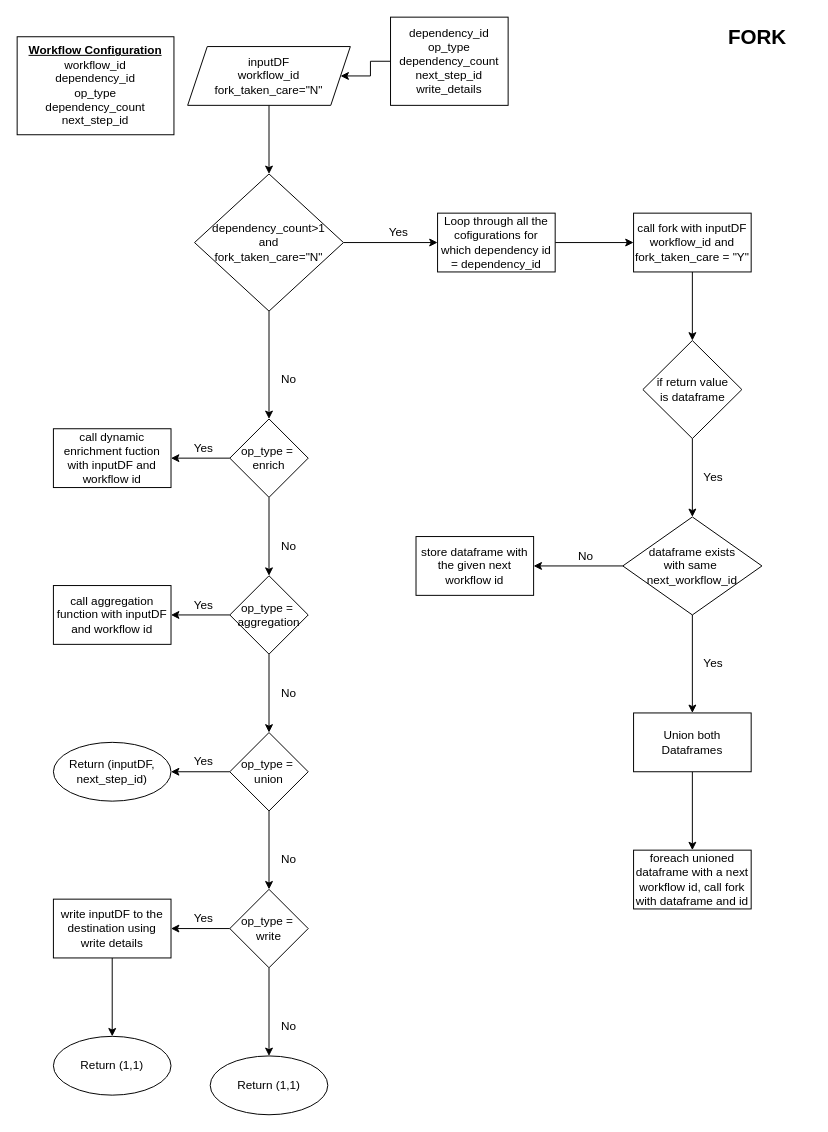
Before: page "fork" (2 of 2) of workflow.drawio in praneethsai83/GenericProcessing, a draw.io diagram. Source tidied: cells renumbered, new cells numbered last; positions are measured from the earlier drawing's top-left corner, leaving out a move shared by most shapes. Both pictures are drawn from the tidied source at 98%, with x=0, y=0 at pixel (17, 17).
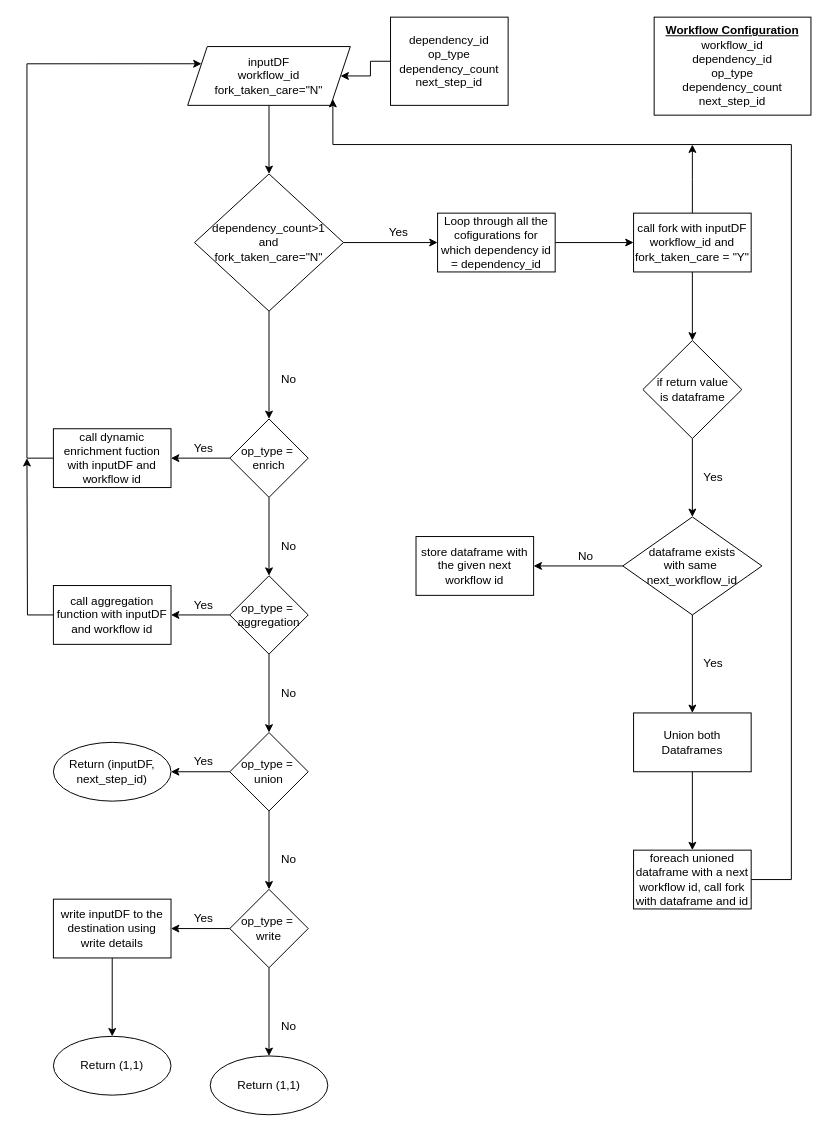
Above is the later version.

Unchanged cells that the change refers to:
```xml
<mxCell id="3" value="inputDF&lt;br&gt;workflow_id&lt;br&gt;fork_taken_care=&quot;N&quot;" style="shape=parallelogram;perimeter=parallelogramPerimeter;whiteSpace=wrap;html=1;fixedSize=1;" parent="1" vertex="1">
  <mxGeometry x="174" y="30" width="166" height="60" as="geometry" />
</mxCell>
<mxCell id="12" value="call fork with inputDF&lt;br&gt;workflow_id and&lt;br&gt;fork_taken_care = &quot;Y&quot;" style="whiteSpace=wrap;html=1;" parent="1" vertex="1">
  <mxGeometry x="629" y="200" width="120" height="60" as="geometry" />
</mxCell>
<mxCell id="29" value="foreach unioned dataframe with a next workflow id, call fork with dataframe and id" style="whiteSpace=wrap;html=1;" parent="1" vertex="1">
  <mxGeometry x="629" y="850" width="120" height="60" as="geometry" />
</mxCell>
<mxCell id="30" value="call dynamic enrichment fuction with inputDF and workflow id" style="whiteSpace=wrap;html=1;" parent="1" vertex="1">
  <mxGeometry x="37" y="420" width="120" height="60" as="geometry" />
</mxCell>
<mxCell id="34" value="call aggregation function with inputDF and workflow id" style="whiteSpace=wrap;html=1;" parent="1" vertex="1">
  <mxGeometry x="37" y="580" width="120" height="60" as="geometry" />
</mxCell>
```

What changed in the source:
```diff
@@
-    <mxCell id="10" value="dependency_id&lt;br&gt;op_type&lt;br&gt;dependency_count&lt;br&gt;next_step_id&lt;br&gt;write_details" style="whiteSpace=wrap;html=1;" parent="1" vertex="1">
+    <mxCell id="10" value="dependency_id&lt;br&gt;op_type&lt;br&gt;dependency_count&lt;br&gt;next_step_id" style="whiteSpace=wrap;html=1;" parent="1" vertex="1">
       <mxGeometry x="381" width="120" height="90" as="geometry" />
     </mxCell>
@@
+    <mxCell id="56" style="edgeStyle=orthogonalEdgeStyle;rounded=0;jettySize=auto;html=1;" parent="1" edge="1" source="12">
+      <mxGeometry relative="1" as="geometry">
+        <mxPoint x="689" y="130" as="targetPoint" />
+      </mxGeometry>
+    </mxCell>
@@
     <mxCell id="13" value="&lt;b&gt;&lt;u&gt;Workflow Configuration&lt;/u&gt;&lt;/b&gt;&lt;br&gt;workflow_id&lt;br&gt;dependency_id&lt;br&gt;op_type&lt;br&gt;dependency_count&lt;br&gt;next_step_id" style="whiteSpace=wrap;html=1;" parent="1" vertex="1">
-      <mxGeometry y="20" width="160" height="100" as="geometry" />
+      <mxGeometry x="650" width="160" height="100" as="geometry" />
     </mxCell>
@@
+    <mxCell id="57" style="edgeStyle=orthogonalEdgeStyle;rounded=0;jettySize=auto;html=1;entryX=1;entryY=1;entryDx=0;entryDy=0;" parent="1" edge="1" source="29" target="3">
+      <mxGeometry relative="1" as="geometry">
+        <Array as="points">
+          <mxPoint x="790" y="880" />
+          <mxPoint x="790" y="130" />
+          <mxPoint x="322" y="130" />
+        </Array>
+      </mxGeometry>
+    </mxCell>
@@
+    <mxCell id="58" style="edgeStyle=orthogonalEdgeStyle;rounded=0;jettySize=auto;html=1;entryX=0;entryY=0.25;entryDx=0;entryDy=0;" parent="1" edge="1" source="30" target="3">
+      <mxGeometry relative="1" as="geometry">
+        <Array as="points">
+          <mxPoint x="10" y="450" />
+          <mxPoint x="10" y="48" />
+        </Array>
+      </mxGeometry>
+    </mxCell>
@@
+    <mxCell id="59" style="edgeStyle=orthogonalEdgeStyle;rounded=0;jettySize=auto;html=1;" parent="1" edge="1" source="34">
+      <mxGeometry relative="1" as="geometry">
+        <mxPoint x="10" y="450" as="targetPoint" />
+      </mxGeometry>
+    </mxCell>
@@
-    <mxCell id="55" value="&lt;b&gt;&lt;font style=&quot;font-size: 21px&quot;&gt;FORK&lt;/font&gt;&lt;/b&gt;" style="text;html=1;align=center;verticalAlign=middle;strokeColor=none;" parent="1" vertex="1">
-      <mxGeometry x="720" y="10" width="70" height="20" as="geometry" />
-    </mxCell>
```
